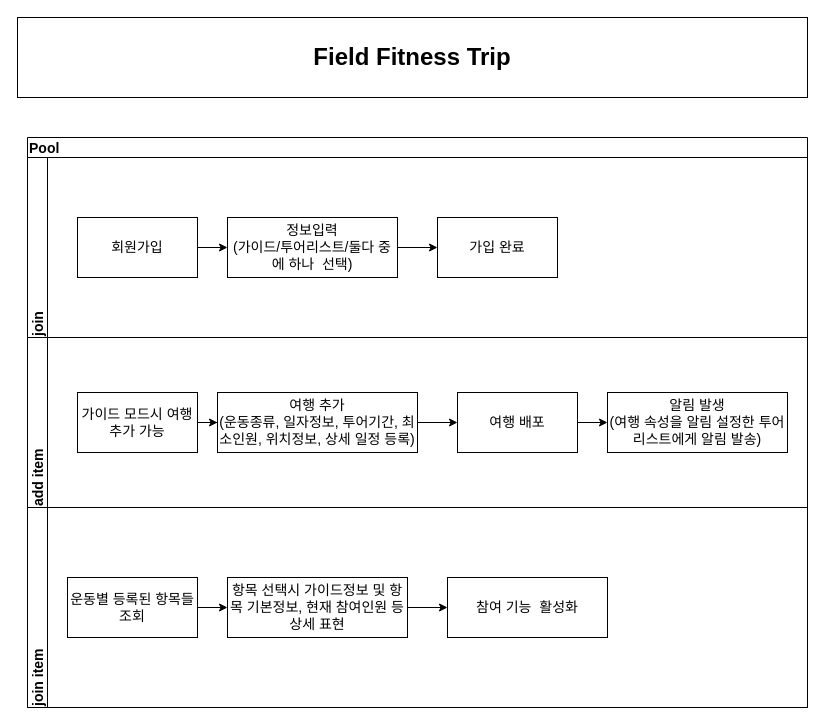
YoonHae/run-trip-ver1 keeps this draw.io diagram as 001.basic_Diagram.drawio. Above is the earlier version. Source tidied: cells renumbered, new cells numbered last; positions are measured from the earlier drawing's top-left corner, leaving out a move shared by most shapes. Both pictures are drawn from the tidied source at 100%, with x=0, y=0 at pixel (17, 17).
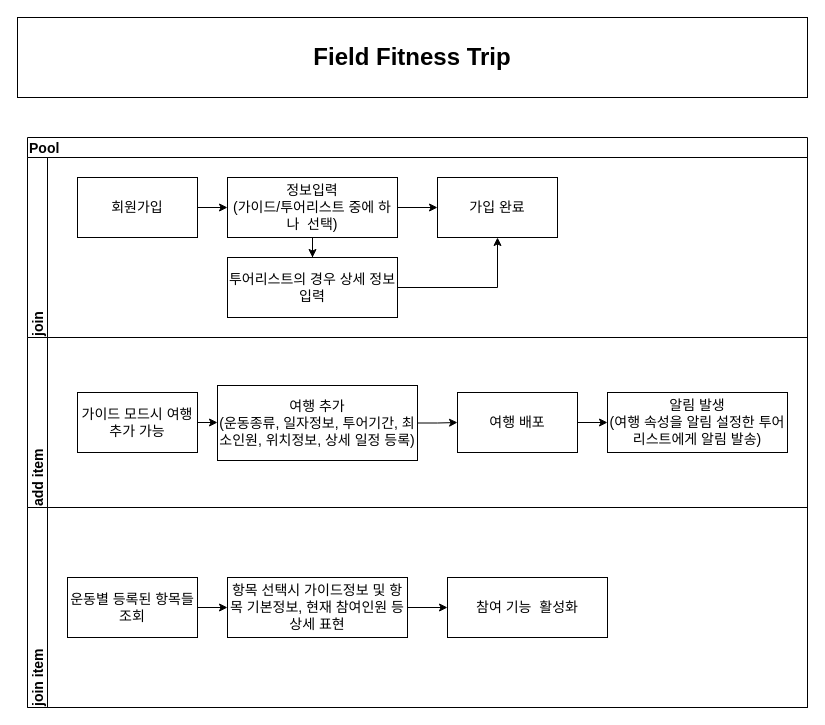
The same diagram, later.

The change refers to these unchanged cells:
```xml
<mxCell id="4" value="join" style="swimlane;startSize=20;horizontal=0;fontSize=14;align=left;" parent="3" vertex="1">
  <mxGeometry y="20" width="780" height="180" as="geometry" />
</mxCell>
<mxCell id="10" value="add item" style="swimlane;startSize=20;horizontal=0;fontSize=14;align=left;" parent="3" vertex="1">
  <mxGeometry y="200" width="780" height="170" as="geometry" />
</mxCell>
<mxCell id="12" value="가이드 모드시 여행 추가 가능" style="rounded=0;whiteSpace=wrap;html=1;fontSize=14;align=center;" parent="10" vertex="1">
  <mxGeometry x="50" y="55" width="120" height="60" as="geometry" />
</mxCell>
```

What changed in the source:
```diff
@@
     <mxCell id="6" value="회원가입" style="rounded=0;whiteSpace=wrap;html=1;fontSize=14;align=center;" parent="4" vertex="1">
-      <mxGeometry x="50" y="60" width="120" height="60" as="geometry" />
+      <mxGeometry x="50" y="20" width="120" height="60" as="geometry" />
     </mxCell>
@@
-    <mxCell id="8" value="정보입력&lt;br&gt;(가이드/투어리스트/둘다 중에 하나&amp;nbsp; 선택)" style="rounded=0;whiteSpace=wrap;html=1;fontSize=14;align=center;" parent="4" vertex="1">
-      <mxGeometry x="200" y="60" width="170" height="60" as="geometry" />
+    <mxCell id="8" value="정보입력&lt;br&gt;(가이드/투어리스트 중에 하나&amp;nbsp; 선택)" style="rounded=0;whiteSpace=wrap;html=1;fontSize=14;align=center;" parent="4" vertex="1">
+      <mxGeometry x="200" y="20" width="170" height="60" as="geometry" />
     </mxCell>
     <mxCell id="9" value="가입 완료" style="rounded=0;whiteSpace=wrap;html=1;fontSize=14;align=center;" parent="4" vertex="1">
-      <mxGeometry x="410" y="60" width="120" height="60" as="geometry" />
+      <mxGeometry x="410" y="20" width="120" height="60" as="geometry" />
     </mxCell>
+    <mxCell id="24" style="edgeStyle=orthogonalEdgeStyle;rounded=0;jettySize=auto;html=1;exitX=1;exitY=0.5;exitDx=0;exitDy=0;entryX=0.5;entryY=1;entryDx=0;entryDy=0;" parent="4" edge="1" source="25" target="9">
+      <mxGeometry relative="1" as="geometry" />
+    </mxCell>
+    <mxCell id="25" value="투어리스트의 경우 상세 정보 입력" style="rounded=0;whiteSpace=wrap;html=1;fontSize=14;align=center;" parent="4" vertex="1">
+      <mxGeometry x="200" y="100" width="170" height="60" as="geometry" />
+    </mxCell>
+    <mxCell id="26" style="edgeStyle=orthogonalEdgeStyle;rounded=0;jettySize=auto;html=1;" parent="4" edge="1" source="8" target="25">
+      <mxGeometry relative="1" as="geometry" />
+    </mxCell>
@@
-    <mxCell id="11" style="edgeStyle=orthogonalEdgeStyle;rounded=0;jettySize=auto;html=1;fontSize=14;" parent="10" edge="1" source="12" target="14">
+    <mxCell id="11" style="edgeStyle=orthogonalEdgeStyle;rounded=0;jettySize=auto;html=1;exitX=1;exitY=0.5;exitDx=0;exitDy=0;entryX=0;entryY=0.5;entryDx=0;entryDy=0;" parent="10" edge="1" source="12" target="14">
       <mxGeometry relative="1" as="geometry" />
     </mxCell>
@@
     <mxCell id="14" value="여행 추가&lt;br&gt;(운동종류, 일자정보, 투어기간, 최소인원, 위치정보, 상세 일정 등록)" style="rounded=0;whiteSpace=wrap;html=1;fontSize=14;align=center;" parent="10" vertex="1">
-      <mxGeometry x="190" y="55" width="200" height="60" as="geometry" />
+      <mxGeometry x="190" y="48" width="200" height="75" as="geometry" />
     </mxCell>
```
